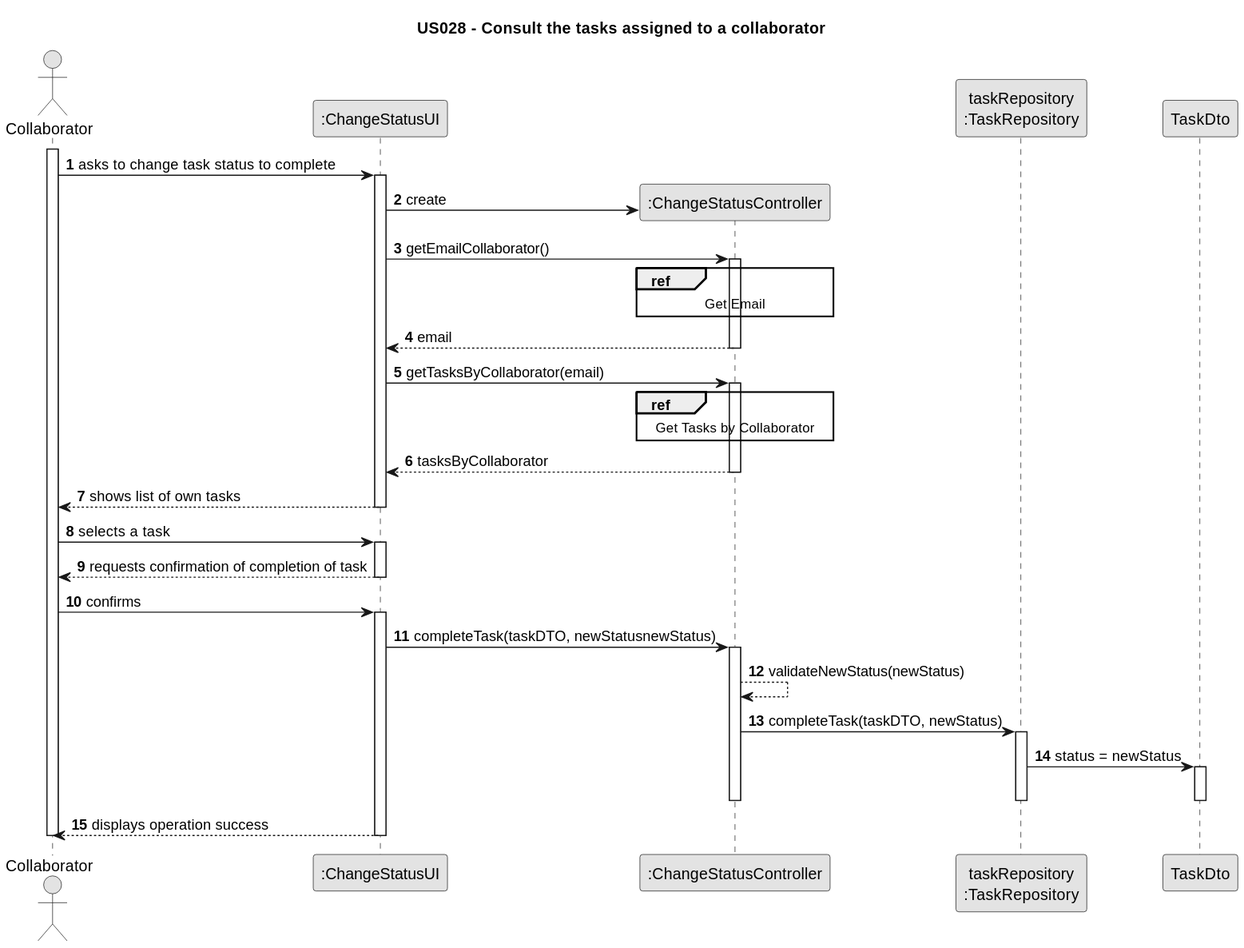
This is docs/sprintC/us029/03.design/svg/us029-sequence-diagram-split.svg from Departamento-de-Engenharia-Informatica/lei-24-s2-1dm-g132, a PlantUML export, as it was before one commit. The source it was exported from:
```plantuml
@startuml
skinparam monochrome true
skinparam packageStyle rectangle
skinparam shadowing false

title US028 - Consult the tasks assigned to a collaborator

autonumber

actor "Collaborator" as Employee
participant ":ChangeStatusUI" as UI
participant ":ChangeStatusController" as CTRL
participant "taskRepository\n:TaskRepository" as TaskRepository

activate Employee

    Employee -> UI : asks to change task status to complete
    activate UI

    UI -> CTRL** : create









    UI -> CTRL : getEmailCollaborator()
    activate CTRL

    ref over CTRL
        Get Email
    end

    CTRL --> UI : email
    deactivate CTRL

    UI -> CTRL : getTasksByCollaborator(email)
    activate CTRL

    ref over CTRL
         Get Tasks by Collaborator
    end

    CTRL --> UI : tasksByCollaborator
    deactivate CTRL


    UI --> Employee : shows list of own tasks
    deactivate UI

    Employee -> UI : selects a task
    activate UI

    UI --> Employee : requests confirmation of completion of task
    deactivate UI

    Employee -> UI : confirms
    activate UI

    UI -> CTRL :            completeTask(taskDTO, newStatusnewStatus)

    activate CTRL

    CTRL --> CTRL : validateNewStatus(newStatus)
    CTRL -> TaskRepository :            completeTask(taskDTO, newStatus)

    activate TaskRepository

    TaskRepository -> TaskDto : status = newStatus
    activate TaskDto
    deactivate TaskDto

    deactivate TaskRepository
    deactivate CTRL


    UI --> Employee : displays operation success
    deactivate UI

deactivate Employee
@enduml
```
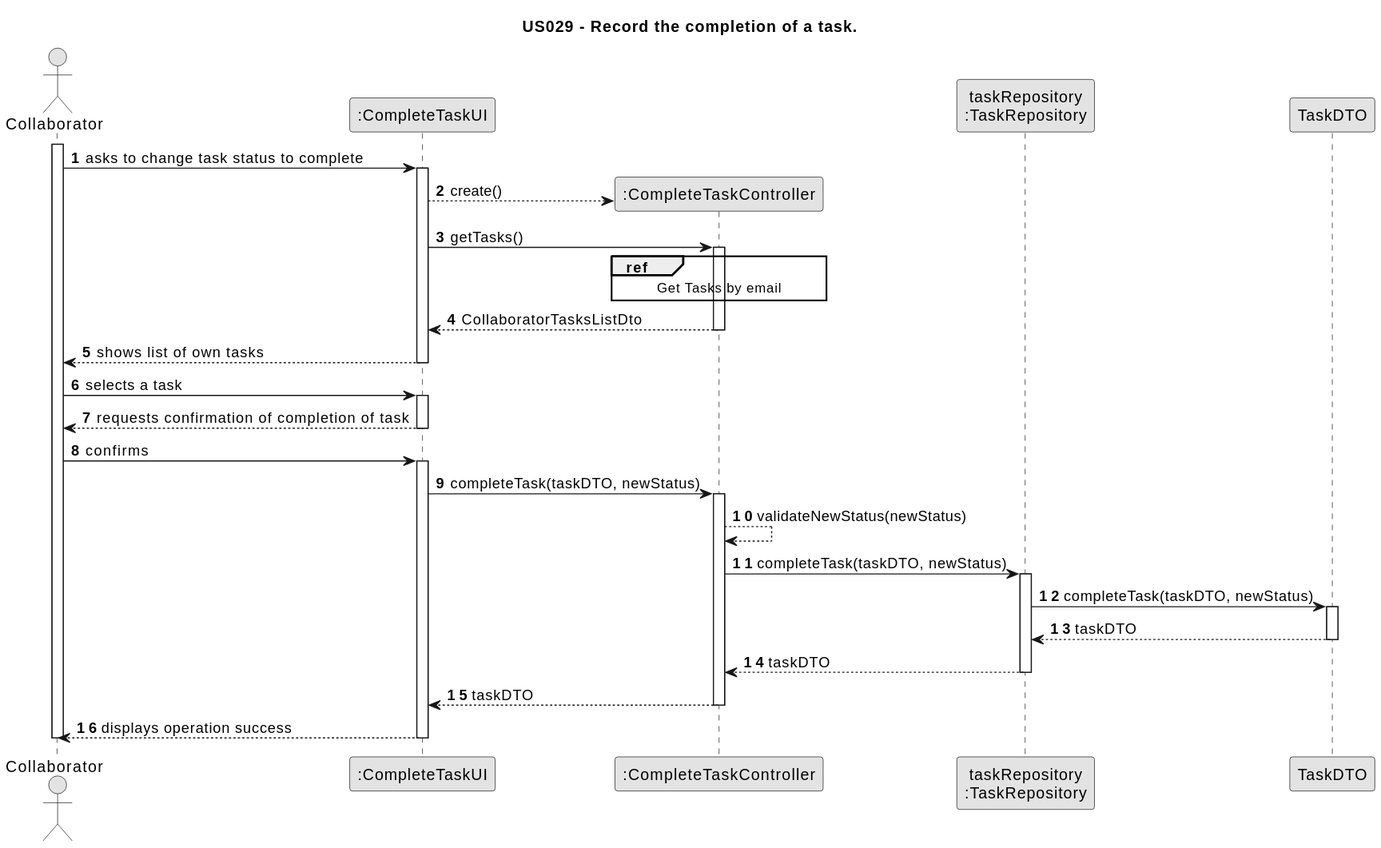
After the change.

Diff of the diagram source:
```diff
@@ -3,13 +3,13 @@
 skinparam packageStyle rectangle
 skinparam shadowing false
 
-title US028 - Consult the tasks assigned to a collaborator
+       title US029 - Record the completion of a task.
 
 autonumber
 
 actor "Collaborator" as Employee
-participant ":ChangeStatusUI" as UI
-participant ":ChangeStatusController" as CTRL
+participant ":CompleteTaskUI" as UI
+participant ":CompleteTaskController" as CTRL
 participant "taskRepository\n:TaskRepository" as TaskRepository
 
 activate Employee
@@ -17,39 +17,17 @@
     Employee -> UI : asks to change task status to complete
     activate UI
 
-    UI -> CTRL** : create
+  UI --> CTRL** : create()
+    UI -> CTRL : getTasks()
+                activate CTRL
+ ref over CTRL
+        Get Tasks by email
+    end ref
 
-
-
-
-
-
-
-
-
-    UI -> CTRL : getEmailCollaborator()
-    activate CTRL
-
-    ref over CTRL
-        Get Email
-    end
-
-    CTRL --> UI : email
-    deactivate CTRL
-
-    UI -> CTRL : getTasksByCollaborator(email)
-    activate CTRL
-
-    ref over CTRL
-         Get Tasks by Collaborator
-    end
-
-    CTRL --> UI : tasksByCollaborator
-    deactivate CTRL
-
-
-    UI --> Employee : shows list of own tasks
-    deactivate UI
+                        CTRL --> UI : CollaboratorTasksListDto
+                        deactivate CTRL
+       UI --> Employee : shows list of own tasks
+       deactivate UI
 
     Employee -> UI : selects a task
     activate UI
@@ -57,28 +35,29 @@
     UI --> Employee : requests confirmation of completion of task
     deactivate UI
 
-    Employee -> UI : confirms
-    activate UI
+   Employee -> UI : confirms
+       activate UI
+    UI -> CTRL : completeTask(taskDTO, newStatus)
+       activate CTRL
 
-    UI -> CTRL :            completeTask(taskDTO, newStatusnewStatus)
+       CTRL --> CTRL : validateNewStatus(newStatus)
+       CTRL -> TaskRepository :  completeTask(taskDTO, newStatus)
+       activate TaskRepository
 
-    activate CTRL
+       TaskRepository -> TaskDTO :  completeTask(taskDTO, newStatus)
+       activate TaskDTO
 
-    CTRL --> CTRL : validateNewStatus(newStatus)
-    CTRL -> TaskRepository :            completeTask(taskDTO, newStatus)
+       TaskDTO --> TaskRepository : taskDTO
+       deactivate TaskDTO
 
-    activate TaskRepository
+       TaskRepository --> CTRL : taskDTO
+       deactivate TaskRepository
 
-    TaskRepository -> TaskDto : status = newStatus
-    activate TaskDto
-    deactivate TaskDto
+       CTRL --> UI : taskDTO
+       deactivate CTRL
 
-    deactivate TaskRepository
-    deactivate CTRL
+       UI --> Employee : displays operation success
+       deactivate UI
 
-
-    UI --> Employee : displays operation success
-    deactivate UI
-
-deactivate Employee
+   deactivate Employee
 @enduml
```
